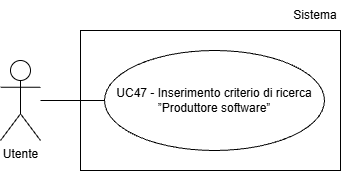
The draw.io diagram assets/Use_Case_Diagrams/UC47.png in Team-Three-Technologies/Documenti, before a commit. Source tidied: cells renumbered, new cells last; positions are measured from the earlier drawing's top-left corner, leaving out a move shared by most shapes. Source of this version:
```xml
<mxGraphModel>
  <root>
    <mxCell id="0" />
    <mxCell id="1" parent="0" />
    <mxCell id="2" value="Utente" style="shape=umlActor;verticalLabelPosition=bottom;verticalAlign=top;html=1;" parent="1" vertex="1">
      <mxGeometry y="60" width="40" height="80" as="geometry" />
    </mxCell>
    <mxCell id="3" value="UC47 - Inserimento criterio di ricerca ”Produttore software”" style="ellipse;whiteSpace=wrap;html=1;align=center;" parent="1" vertex="1">
      <mxGeometry x="104" y="50" width="220" height="100" as="geometry" />
    </mxCell>
    <mxCell id="4" style="endArrow=none;html=1;rounded=0;entryX=0;entryY=0.5;entryDx=0;entryDy=0;" parent="1" edge="1" target="3">
      <mxGeometry relative="1" as="geometry">
        <mxPoint x="40" y="100" as="sourcePoint" />
      </mxGeometry>
    </mxCell>
    <mxCell id="5" style="rounded=0;whiteSpace=wrap;html=1;fillColor=none;" parent="1" vertex="1">
      <mxGeometry x="80" y="30" width="260" height="140" as="geometry" />
    </mxCell>
    <mxCell id="6" value="Sistema" style="text;html=1;whiteSpace=wrap;strokeColor=none;fillColor=none;align=center;verticalAlign=middle;rounded=0;" parent="1" vertex="1">
      <mxGeometry x="290" width="50" height="30" as="geometry" />
    </mxCell>
  </root>
</mxGraphModel>
```
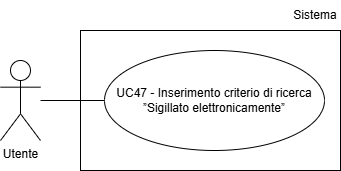
After the change.

What changed in the source:
```diff
@@ -5,17 +5,17 @@
     <mxCell id="2" value="Utente" style="shape=umlActor;verticalLabelPosition=bottom;verticalAlign=top;html=1;" parent="1" vertex="1">
       <mxGeometry y="60" width="40" height="80" as="geometry" />
     </mxCell>
-    <mxCell id="3" value="UC47 - Inserimento criterio di ricerca ”Produttore software”" style="ellipse;whiteSpace=wrap;html=1;align=center;" parent="1" vertex="1">
-      <mxGeometry x="104" y="50" width="220" height="100" as="geometry" />
-    </mxCell>
-    <mxCell id="4" style="endArrow=none;html=1;rounded=0;entryX=0;entryY=0.5;entryDx=0;entryDy=0;" parent="1" edge="1" target="3">
-      <mxGeometry relative="1" as="geometry">
-        <mxPoint x="40" y="100" as="sourcePoint" />
-      </mxGeometry>
-    </mxCell>
-    <mxCell id="5" style="rounded=0;whiteSpace=wrap;html=1;fillColor=none;" parent="1" vertex="1">
-      <mxGeometry x="80" y="30" width="260" height="140" as="geometry" />
-    </mxCell>
+    <mxCell id="7" value="UC47 - Inserimento criterio di ricerca ”Sigillato elettronicamente”" style="ellipse;whiteSpace=wrap;html=1;align=center;" parent="1" vertex="1">
+      <mxGeometry x="104" y="50" width="220" height="100" as="geometry" />
+    </mxCell>
+    <mxCell id="8" style="endArrow=none;html=1;rounded=0;entryX=0;entryY=0.5;entryDx=0;entryDy=0;" parent="1" edge="1" target="7">
+      <mxGeometry relative="1" as="geometry">
+        <mxPoint x="40" y="100" as="sourcePoint" />
+      </mxGeometry>
+    </mxCell>
+    <mxCell id="9" style="rounded=0;whiteSpace=wrap;html=1;fillColor=none;" parent="1" vertex="1">
+      <mxGeometry x="80" y="30" width="260" height="140" as="geometry" />
+    </mxCell>
     <mxCell id="6" value="Sistema" style="text;html=1;whiteSpace=wrap;strokeColor=none;fillColor=none;align=center;verticalAlign=middle;rounded=0;" parent="1" vertex="1">
       <mxGeometry x="290" width="50" height="30" as="geometry" />
     </mxCell>
```
